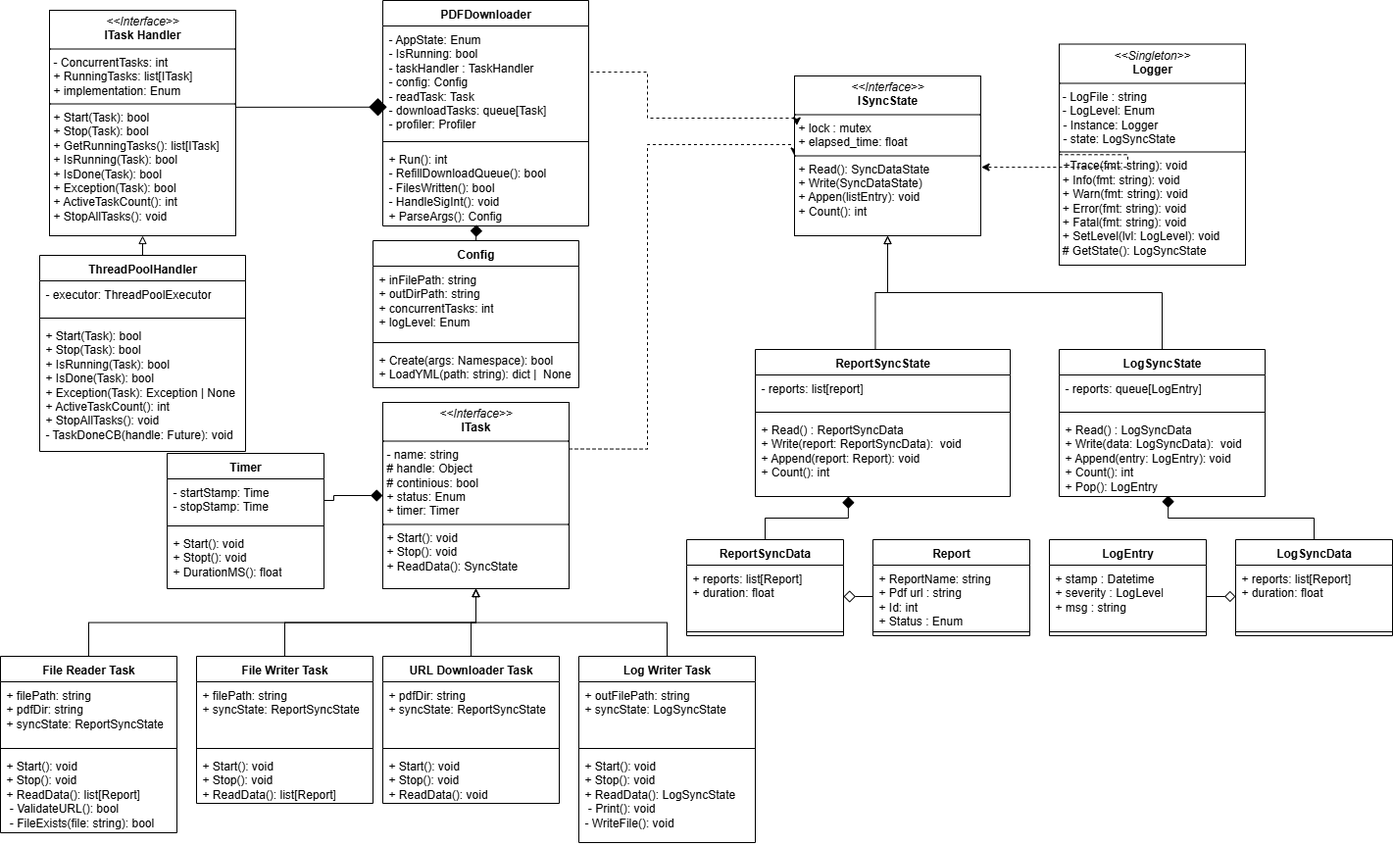
Thelumss/DJ_PDFDownloader_Test_uge_5 keeps this draw.io diagram as docs/pdf_downloader_uml_class_diag.png. Above is the earlier version. Source tidied: cells renumbered, new cells last; positions are measured from the earlier drawing's top-left corner, leaving out a move shared by most shapes.
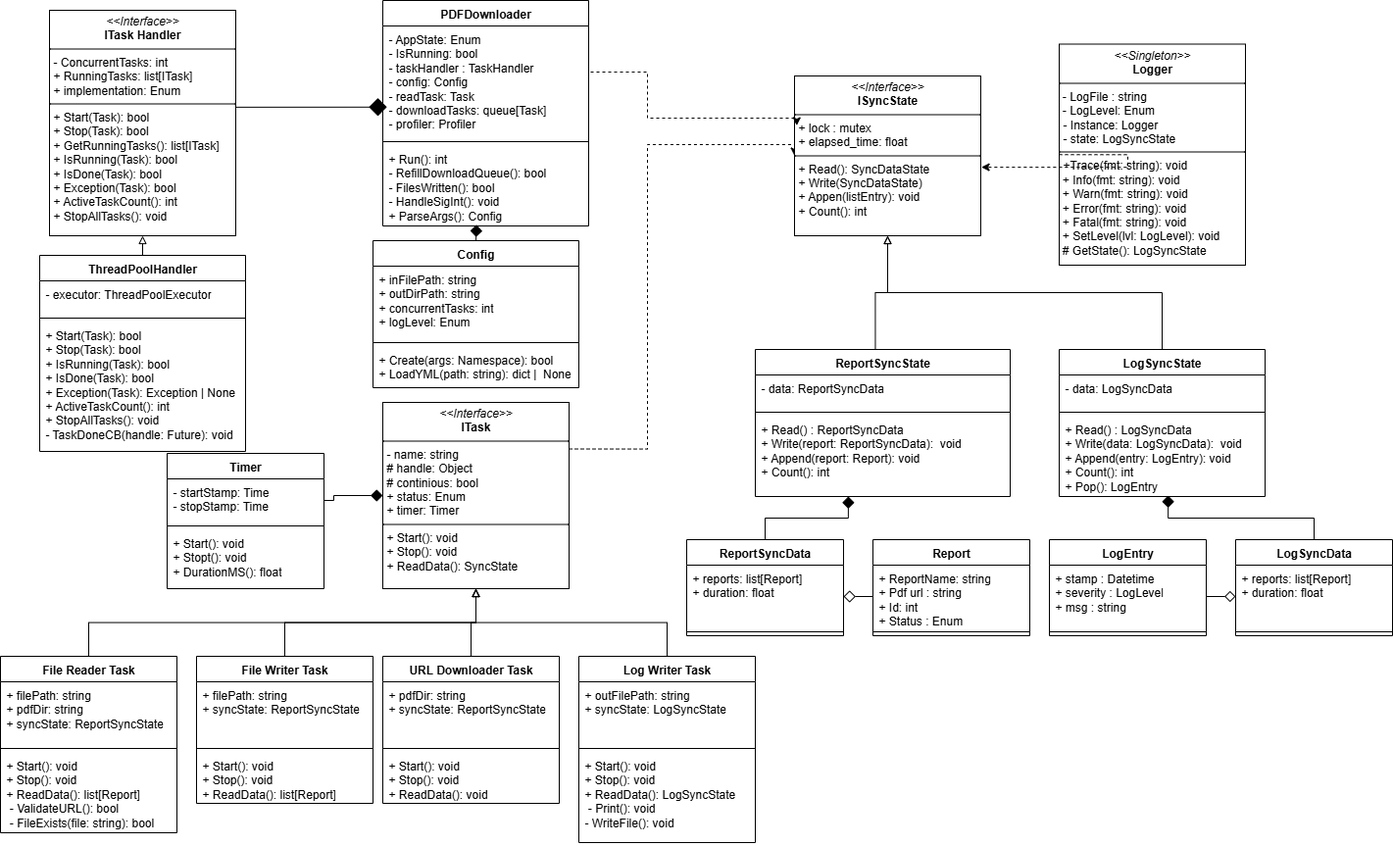
The same file after the commit.

The edit, as a diff of the source:
```diff
@@ -68,7 +68,7 @@
     <mxCell id="20" value="ReportSyncState" style="swimlane;fontStyle=1;align=center;verticalAlign=top;horizontal=1;startSize=26;whiteSpace=wrap;html=1;" parent="1" vertex="1">
       <mxGeometry x="770" y="356" width="260" height="150" as="geometry" />
     </mxCell>
-    <mxCell id="21" value="- reports: list[report]&lt;br&gt;&lt;div&gt;&lt;br&gt;&lt;/div&gt;" style="text;strokeColor=none;fillColor=none;align=left;verticalAlign=top;spacingLeft=4;spacingRight=4;overflow=hidden;whiteSpace=wrap;html=1;" parent="20" vertex="1">
+    <mxCell id="21" value="- data: ReportSyncData&lt;br&gt;&lt;div&gt;&lt;br&gt;&lt;/div&gt;" style="text;strokeColor=none;fillColor=none;align=left;verticalAlign=top;spacingLeft=4;spacingRight=4;overflow=hidden;whiteSpace=wrap;html=1;" parent="20" vertex="1">
       <mxGeometry y="26" width="260" height="34" as="geometry" />
     </mxCell>
     <mxCell id="22" style="line;strokeWidth=1;fillColor=none;align=left;verticalAlign=middle;spacingTop=-1;spacingLeft=3;spacingRight=3;labelPosition=right;strokeColor=inherit;" parent="20" vertex="1">
@@ -83,7 +83,7 @@
     <mxCell id="25" value="LogSyncState" style="swimlane;fontStyle=1;align=center;verticalAlign=top;horizontal=1;startSize=26;whiteSpace=wrap;html=1;" parent="1" vertex="1">
       <mxGeometry x="1080" y="356" width="210" height="150" as="geometry" />
     </mxCell>
-    <mxCell id="26" value="- reports: queue[LogEntry]&lt;br&gt;&lt;div&gt;&lt;br&gt;&lt;/div&gt;" style="text;strokeColor=none;fillColor=none;align=left;verticalAlign=top;spacingLeft=4;spacingRight=4;overflow=hidden;whiteSpace=wrap;html=1;" parent="25" vertex="1">
+    <mxCell id="26" value="- data: LogSyncData" style="text;strokeColor=none;fillColor=none;align=left;verticalAlign=top;spacingLeft=4;spacingRight=4;overflow=hidden;whiteSpace=wrap;html=1;" parent="25" vertex="1">
       <mxGeometry y="26" width="210" height="34" as="geometry" />
     </mxCell>
     <mxCell id="27" style="line;strokeWidth=1;fillColor=none;align=left;verticalAlign=middle;spacingTop=-1;spacingLeft=3;spacingRight=3;labelPosition=right;strokeColor=inherit;" parent="25" vertex="1">
```
